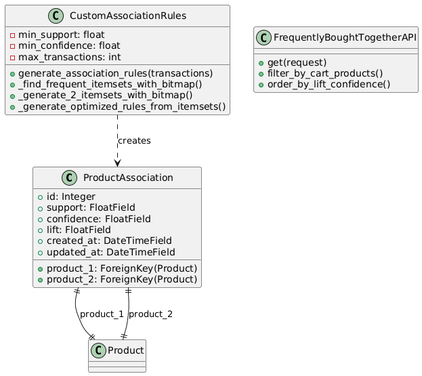
Before: .diagrams/association_rules/Class.png, a diagram exported from PlantUML (dawidolko/SmartRecommender-Project-Django-React). The source it was exported from:
```plantuml
@startuml
class ProductAssociation {
  +id: Integer
  +product_1: ForeignKey(Product)
  +product_2: ForeignKey(Product)
  +support: FloatField
  +confidence: FloatField
  +lift: FloatField
  +created_at: DateTimeField
  +updated_at: DateTimeField
}

class CustomAssociationRules {
  -min_support: float
  -min_confidence: float
  -max_transactions: int
  +generate_association_rules(transactions)
  +_find_frequent_itemsets_with_bitmap()
  +_generate_2_itemsets_with_bitmap()
  +_generate_optimized_rules_from_itemsets()
}

class FrequentlyBoughtTogetherAPI {
  +get(request)
  +filter_by_cart_products()
  +order_by_lift_confidence()
}

ProductAssociation ||--|| Product : product_1
ProductAssociation ||--|| Product : product_2
CustomAssociationRules ..> ProductAssociation : creates
@enduml
```
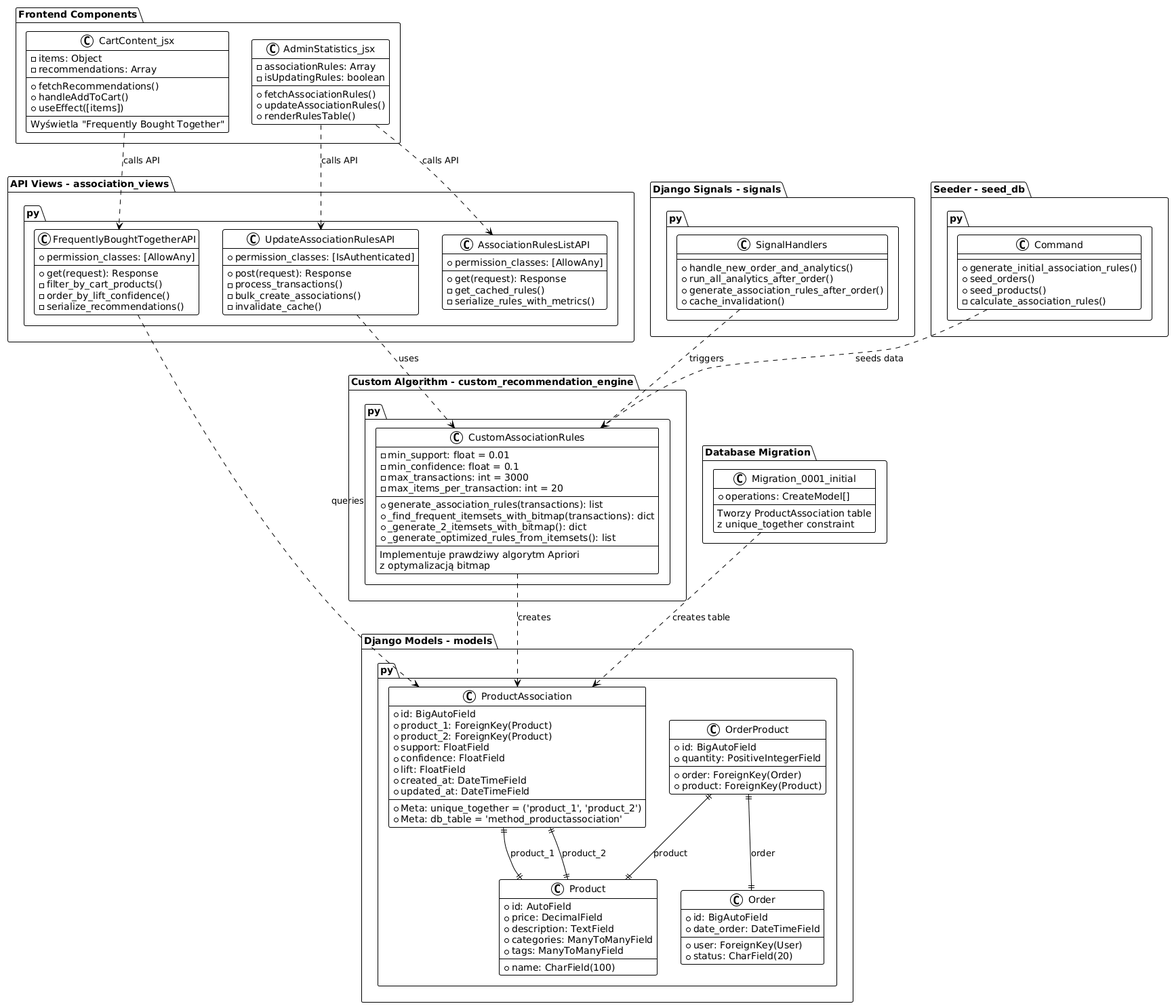
Later version of the same file.

What changed in the source:
```diff
@@ -1,32 +1,162 @@
 @startuml
-class ProductAssociation {
-  +id: Integer
-  +product_1: ForeignKey(Product)
-  +product_2: ForeignKey(Product)
-  +support: FloatField
-  +confidence: FloatField
-  +lift: FloatField
-  +created_at: DateTimeField
-  +updated_at: DateTimeField
+!theme plain
+
+package "Django Models - models.py" {
+
+  class ProductAssociation {
+    +id: BigAutoField
+    +product_1: ForeignKey(Product)
+    +product_2: ForeignKey(Product)
+    +support: FloatField
+    +confidence: FloatField
+    +lift: FloatField
+    +created_at: DateTimeField
+    +updated_at: DateTimeField
+    --
+    +Meta: unique_together = ('product_1', 'product_2')
+    +Meta: db_table = 'method_productassociation'
+  }
+
+  class Product {
+    +id: AutoField
+    +name: CharField(100)
+    +price: DecimalField
+    +description: TextField
+    +categories: ManyToManyField
+    +tags: ManyToManyField
+  }
+
+  class Order {
+    +id: BigAutoField
+    +user: ForeignKey(User)
+    +date_order: DateTimeField
+    +status: CharField(20)
+  }
+
+  class OrderProduct {
+    +id: BigAutoField
+    +order: ForeignKey(Order)
+    +product: ForeignKey(Product)
+    +quantity: PositiveIntegerField
+  }
 }
 
-class CustomAssociationRules {
-  -min_support: float
-  -min_confidence: float
-  -max_transactions: int
-  +generate_association_rules(transactions)
-  +_find_frequent_itemsets_with_bitmap()
-  +_generate_2_itemsets_with_bitmap()
-  +_generate_optimized_rules_from_itemsets()
+package "Custom Algorithm - custom_recommendation_engine.py" {
+
+  class CustomAssociationRules {
+    -min_support: float = 0.01
+    -min_confidence: float = 0.1
+    -max_transactions: int = 3000
+    -max_items_per_transaction: int = 20
+    --
+    +generate_association_rules(transactions): list
+    +_find_frequent_itemsets_with_bitmap(transactions): dict
+    +_generate_2_itemsets_with_bitmap(): dict
+    +_generate_optimized_rules_from_itemsets(): list
+    --
+    Implementuje prawdziwy algorytm Apriori
+    z optymalizacją bitmap
+  }
 }
 
-class FrequentlyBoughtTogetherAPI {
-  +get(request)
-  +filter_by_cart_products()
-  +order_by_lift_confidence()
+package "API Views - association_views.py" {
+
+  class FrequentlyBoughtTogetherAPI {
+    +permission_classes: [AllowAny]
+    --
+    +get(request): Response
+    -filter_by_cart_products()
+    -order_by_lift_confidence()
+    -serialize_recommendations()
+  }
+
+  class UpdateAssociationRulesAPI {
+    +permission_classes: [IsAuthenticated]
+    --
+    +post(request): Response
+    -process_transactions()
+    -bulk_create_associations()
+    -invalidate_cache()
+  }
+
+  class AssociationRulesListAPI {
+    +permission_classes: [AllowAny]
+    --
+    +get(request): Response
+    -get_cached_rules()
+    -serialize_rules_with_metrics()
+  }
+}
+
+package "Django Signals - signals.py" {
+
+  class SignalHandlers {
+    --
+    +handle_new_order_and_analytics()
+    +run_all_analytics_after_order()
+    +generate_association_rules_after_order()
+    +cache_invalidation()
+  }
+}
+
+package "Frontend Components" {
+
+  class CartContent_jsx {
+    -items: Object
+    -recommendations: Array
+    --
+    +fetchRecommendations()
+    +handleAddToCart()
+    +useEffect([items])
+    --
+    Wyświetla "Frequently Bought Together"
+  }
+
+  class AdminStatistics_jsx {
+    -associationRules: Array
+    -isUpdatingRules: boolean
+    --
+    +fetchAssociationRules()
+    +updateAssociationRules()
+    +renderRulesTable()
+  }
+}
+
+package "Database Migration" {
+
+  class Migration_0001_initial {
+    +operations: CreateModel[]
+    --
+    Tworzy ProductAssociation table
+    z unique_together constraint
+  }
+}
+
+package "Seeder - seed_db.py" {
+
+  class Command {
+    --
+    +generate_initial_association_rules()
+    +seed_orders()
+    +seed_products()
+    -calculate_association_rules()
+  }
 }
 
 ProductAssociation ||--|| Product : product_1
 ProductAssociation ||--|| Product : product_2
+OrderProduct ||--|| Order : order
+OrderProduct ||--|| Product : product
+
 CustomAssociationRules ..> ProductAssociation : creates
+FrequentlyBoughtTogetherAPI ..> ProductAssociation : queries
+UpdateAssociationRulesAPI ..> CustomAssociationRules : uses
+SignalHandlers ..> CustomAssociationRules : triggers
+
+CartContent_jsx ..> FrequentlyBoughtTogetherAPI : calls API
+AdminStatistics_jsx ..> UpdateAssociationRulesAPI : calls API
+AdminStatistics_jsx ..> AssociationRulesListAPI : calls API
+
+Migration_0001_initial ..> ProductAssociation : creates table
+Command ..> CustomAssociationRules : seeds data
 @enduml
```
